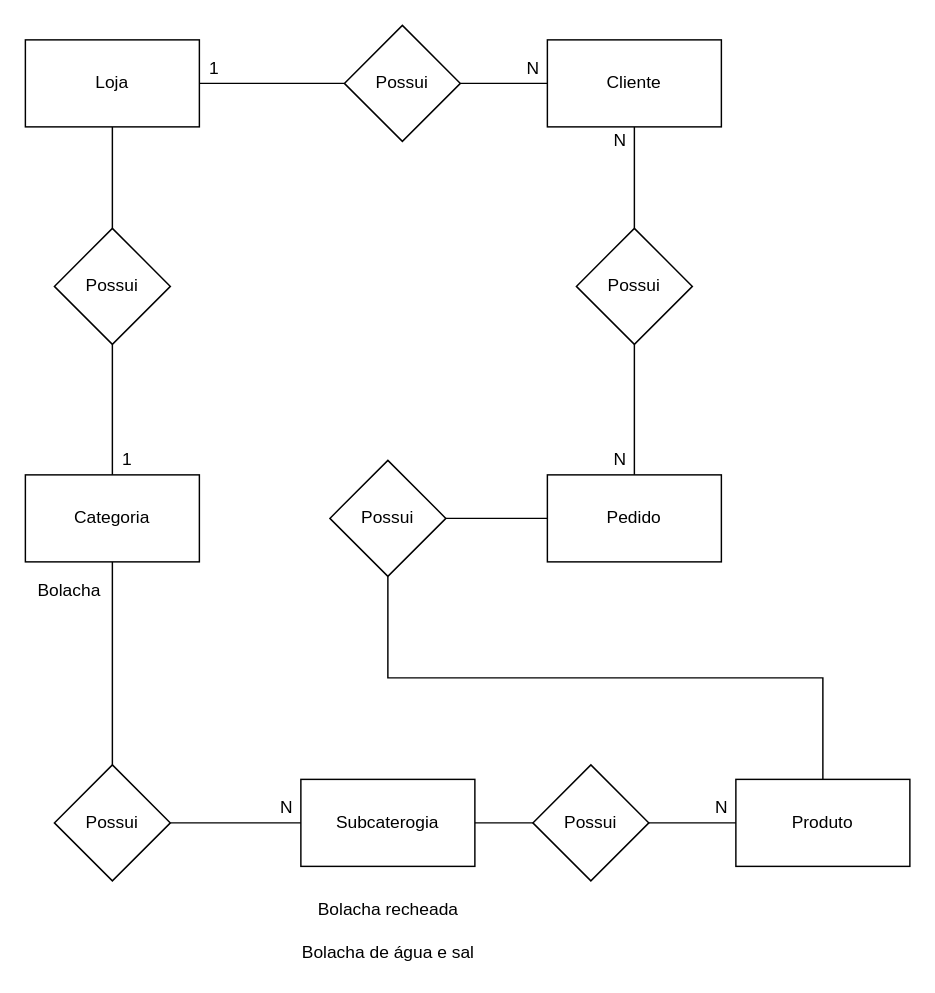
Earlier version of the draw.io diagram 1.5-exercicio-ecommerce/1.5-exercicio-ecommerce.drawio (oliveira-joao/senai_sprint_1bd). Source tidied: cells renumbered, new cells numbered last; positions are measured from the earlier drawing's top-left corner, leaving out a move shared by most shapes. Both pictures are drawn from the tidied source at 145%, with x=0, y=0 at pixel (25, 25).
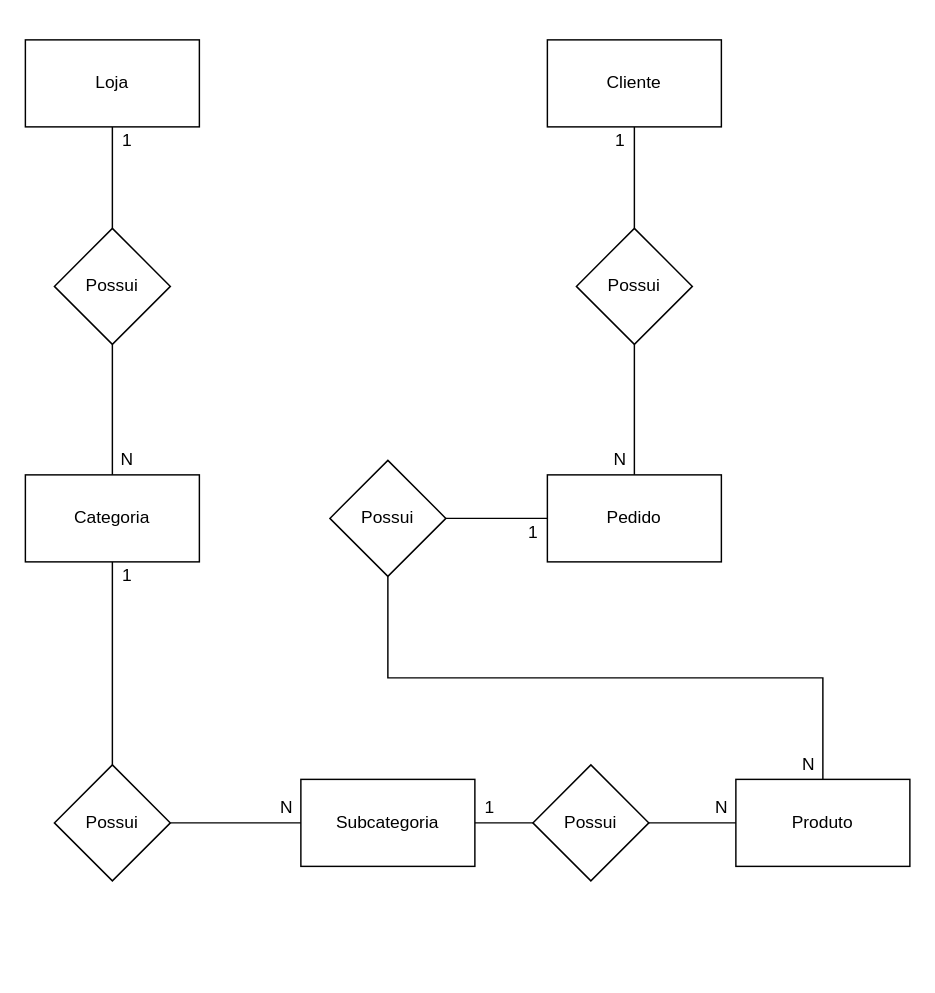
Above is the later version.

The change refers to these unchanged cells:
```xml
<mxCell id="4" value="Loja" style="rounded=0;whiteSpace=wrap;html=1;" parent="1" vertex="1">
  <mxGeometry y="10" width="120" height="60" as="geometry" />
</mxCell>
<mxCell id="21" value="Cliente" style="whiteSpace=wrap;html=1;rounded=0;" parent="1" vertex="1">
  <mxGeometry x="360" y="10" width="120" height="60" as="geometry" />
</mxCell>
```

The edit, as a diff of the source:
```diff
@@
-    <mxCell id="3" style="edgeStyle=orthogonalEdgeStyle;rounded=0;jettySize=auto;html=1;endArrow=none;endFill=0;" parent="1" edge="1" source="4" target="19">
-      <mxGeometry relative="1" as="geometry" />
-    </mxCell>
@@
-    <mxCell id="11" value="Subcaterogia" style="whiteSpace=wrap;html=1;rounded=0;" parent="1" vertex="1">
+    <mxCell id="11" value="Subcategoria" style="whiteSpace=wrap;html=1;rounded=0;" parent="1" vertex="1">
       <mxGeometry x="190" y="520" width="120" height="60" as="geometry" />
     </mxCell>
@@
-    <mxCell id="15" value="Bolacha" style="text;html=1;align=center;verticalAlign=middle;" parent="1" vertex="1">
-      <mxGeometry y="380" width="60" height="20" as="geometry" />
-    </mxCell>
-    <mxCell id="16" value="Bolacha recheada" style="text;html=1;align=center;verticalAlign=middle;" parent="1" vertex="1">
-      <mxGeometry x="195" y="600" width="110" height="20" as="geometry" />
-    </mxCell>
-    <mxCell id="17" value="Bolacha de água e sal" style="text;html=1;align=center;verticalAlign=middle;" parent="1" vertex="1">
-      <mxGeometry x="185" y="630" width="130" height="20" as="geometry" />
-    </mxCell>
-    <mxCell id="18" style="edgeStyle=orthogonalEdgeStyle;rounded=0;jettySize=auto;html=1;endArrow=none;endFill=0;" parent="1" edge="1" source="19" target="21">
-      <mxGeometry relative="1" as="geometry" />
-    </mxCell>
-    <mxCell id="19" value="Possui" style="rhombus;whiteSpace=wrap;html=1;rounded=0;" parent="1" vertex="1">
-      <mxGeometry x="220" width="80" height="80" as="geometry" />
-    </mxCell>
@@
-    <mxCell id="28" value="1" style="text;html=1;align=center;verticalAlign=middle;" parent="1" vertex="1">
-      <mxGeometry x="120" y="20" width="20" height="20" as="geometry" />
-    </mxCell>
-    <mxCell id="29" value="N" style="text;html=1;align=center;verticalAlign=middle;" parent="1" vertex="1">
-      <mxGeometry x="340" y="20" width="20" height="20" as="geometry" />
-    </mxCell>
-    <mxCell id="30" value="1" style="text;html=1;align=center;verticalAlign=middle;" parent="1" vertex="1">
+    <mxCell id="30" value="N" style="text;html=1;align=center;verticalAlign=middle;" parent="1" vertex="1">
       <mxGeometry x="60" y="290" width="20" height="20" as="geometry" />
     </mxCell>
@@
-    <mxCell id="35" value="N" style="text;html=1;align=center;verticalAlign=middle;" parent="1" vertex="1">
+    <mxCell id="35" value="1" style="text;html=1;align=center;verticalAlign=middle;" parent="1" vertex="1">
       <mxGeometry x="400" y="70" width="20" height="20" as="geometry" />
     </mxCell>
+    <mxCell id="36" value="1" style="text;html=1;align=center;verticalAlign=middle;" parent="1" vertex="1">
+      <mxGeometry x="60" y="70" width="20" height="20" as="geometry" />
+    </mxCell>
+    <mxCell id="37" value="1" style="text;html=1;align=center;verticalAlign=middle;" parent="1" vertex="1">
+      <mxGeometry x="60" y="370" width="20" height="20" as="geometry" />
+    </mxCell>
+    <mxCell id="38" value="1" style="text;html=1;align=center;verticalAlign=middle;" parent="1" vertex="1">
+      <mxGeometry x="310" y="530" width="20" height="20" as="geometry" />
+    </mxCell>
+    <mxCell id="29" value="N" style="text;html=1;align=center;verticalAlign=middle;" parent="1" vertex="1">
+      <mxGeometry x="530" y="500" width="20" height="20" as="geometry" />
+    </mxCell>
+    <mxCell id="39" value="1" style="text;html=1;align=center;verticalAlign=middle;" parent="1" vertex="1">
+      <mxGeometry x="340" y="340" width="20" height="20" as="geometry" />
+    </mxCell>
```
